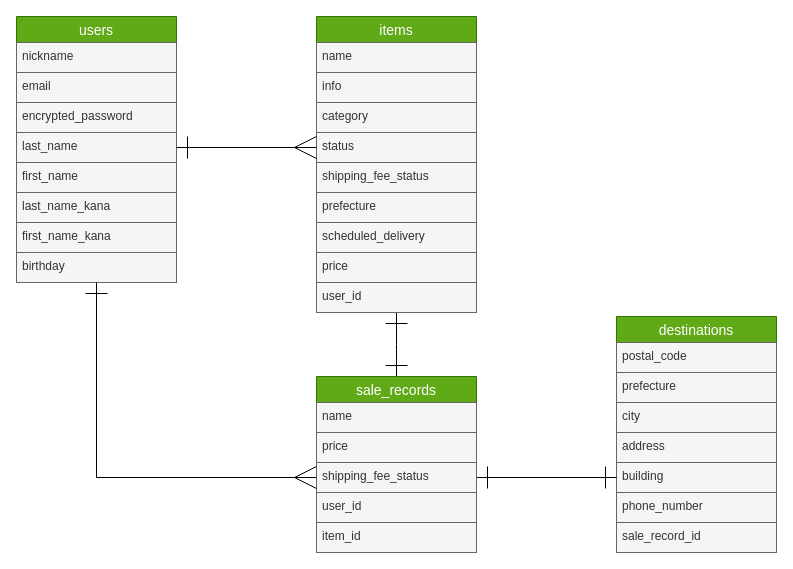
This is database.dio from yuki-0202/furima-37410, a draw.io file, before an edit. Source tidied: cells renumbered, new cells numbered last; positions are measured from the earlier drawing's top-left corner, leaving out a move shared by most shapes. Both pictures are drawn from the tidied source at 100%, with x=0, y=0 at pixel (16, 16).
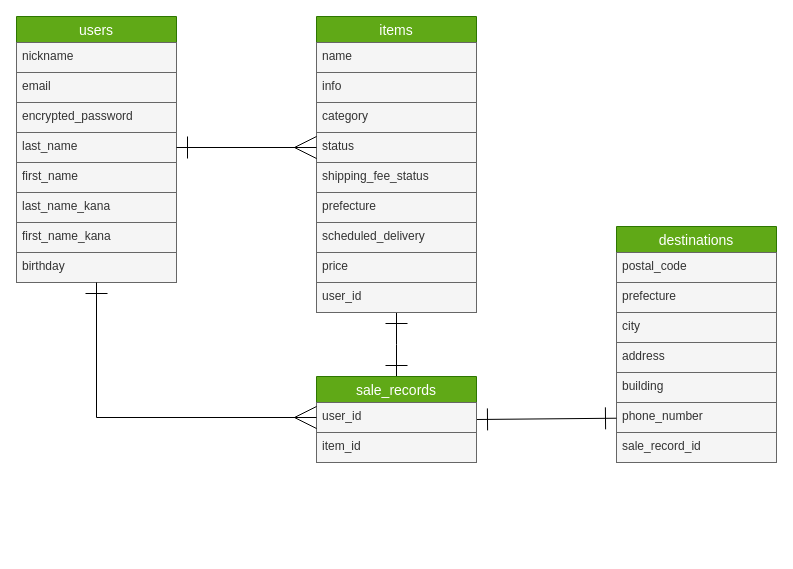
Above is the later version.

Commit message:
ER図の再修正

The change refers to these unchanged cells:
```xml
<mxCell id="10" value="birthday" style="text;strokeColor=#666666;fillColor=#f5f5f5;spacingLeft=4;spacingRight=4;overflow=hidden;points=[[0,0.5],[1,0.5]];portConstraint=eastwest;fontSize=12;fontColor=#333333;" parent="2" vertex="1">
  <mxGeometry y="236" width="160" height="30" as="geometry" />
</mxCell>
<mxCell id="27" value="building" style="text;strokeColor=#666666;fillColor=#f5f5f5;spacingLeft=4;spacingRight=4;overflow=hidden;points=[[0,0.5],[1,0.5]];portConstraint=eastwest;fontSize=12;fontColor=#333333;" parent="22" vertex="1">
  <mxGeometry y="146" width="160" height="30" as="geometry" />
</mxCell>
<mxCell id="28" value="phone_number" style="text;strokeColor=#666666;fillColor=#f5f5f5;spacingLeft=4;spacingRight=4;overflow=hidden;points=[[0,0.5],[1,0.5]];portConstraint=eastwest;fontSize=12;fontColor=#333333;" parent="22" vertex="1">
  <mxGeometry y="176" width="160" height="30" as="geometry" />
</mxCell>
```

Diff of the diagram source:
```diff
@@
     <mxCell id="22" value="destinations" style="swimlane;fontStyle=0;horizontal=1;startSize=26;align=center;fontSize=14;fillColor=#60a917;fontColor=#ffffff;strokeColor=#2D7600;" parent="1" vertex="1">
-      <mxGeometry x="600" y="300" width="160" height="236" as="geometry" />
+      <mxGeometry x="600" y="210" width="160" height="236" as="geometry" />
     </mxCell>
@@
-    <mxCell id="30" style="edgeStyle=none;html=1;endArrow=ERone;endFill=0;startArrow=ERone;startFill=0;endSize=20;startSize=20;exitX=1;exitY=0.5;exitDx=0;exitDy=0;" parent="1" edge="1" source="34" target="27">
+    <mxCell id="30" style="edgeStyle=none;html=1;endArrow=ERone;endFill=0;startArrow=ERone;startFill=0;endSize=20;startSize=20;exitX=1;exitY=0.5;exitDx=0;exitDy=0;" parent="1" edge="1" source="31" target="28">
       <mxGeometry relative="1" as="geometry" />
     </mxCell>
     <mxCell id="31" value="sale_records" style="swimlane;fontStyle=0;horizontal=1;startSize=26;align=center;fontSize=14;fillColor=#60a917;fontColor=#ffffff;strokeColor=#2D7600;" parent="1" vertex="1">
-      <mxGeometry x="300" y="360" width="160" height="176" as="geometry" />
+      <mxGeometry x="300" y="360" width="160" height="86" as="geometry" />
     </mxCell>
-    <mxCell id="32" value="name" style="text;strokeColor=#666666;fillColor=#f5f5f5;spacingLeft=4;spacingRight=4;overflow=hidden;fontSize=12;fontColor=#333333;" parent="31" vertex="1">
-      <mxGeometry y="26" width="160" height="30" as="geometry" />
-    </mxCell>
-    <mxCell id="33" value="price" style="text;strokeColor=#666666;fillColor=#f5f5f5;spacingLeft=4;spacingRight=4;overflow=hidden;fontSize=12;fontColor=#333333;" parent="31" vertex="1">
-      <mxGeometry y="56" width="160" height="30" as="geometry" />
-    </mxCell>
-    <mxCell id="34" value="shipping_fee_status" style="text;strokeColor=#666666;fillColor=#f5f5f5;spacingLeft=4;spacingRight=4;overflow=hidden;points=[[0,0.5],[1,0.5]];portConstraint=eastwest;fontSize=12;fontColor=#333333;" parent="31" vertex="1">
-      <mxGeometry y="86" width="160" height="30" as="geometry" />
-    </mxCell>
     <mxCell id="35" value="user_id" style="text;strokeColor=#666666;fillColor=#f5f5f5;spacingLeft=4;spacingRight=4;overflow=hidden;points=[[0,0.5],[1,0.5]];portConstraint=eastwest;fontSize=12;fontColor=#333333;" parent="31" vertex="1">
-      <mxGeometry y="116" width="160" height="30" as="geometry" />
+      <mxGeometry y="26" width="160" height="30" as="geometry" />
     </mxCell>
     <mxCell id="36" value="item_id" style="text;strokeColor=#666666;fillColor=#f5f5f5;spacingLeft=4;spacingRight=4;overflow=hidden;fontSize=12;fontColor=#333333;" parent="31" vertex="1">
-      <mxGeometry y="146" width="160" height="30" as="geometry" />
+      <mxGeometry y="56" width="160" height="30" as="geometry" />
     </mxCell>
@@
-    <mxCell id="38" style="edgeStyle=elbowEdgeStyle;rounded=0;html=1;startArrow=ERone;startFill=0;endArrow=ERmany;endFill=0;startSize=20;endSize=20;sourcePerimeterSpacing=0;" parent="1" edge="1" source="10" target="34">
+    <mxCell id="38" style="edgeStyle=elbowEdgeStyle;rounded=0;html=1;startArrow=ERone;startFill=0;endArrow=ERmany;endFill=0;startSize=20;endSize=20;sourcePerimeterSpacing=0;entryX=0;entryY=0.5;entryDx=0;entryDy=0;" parent="1" edge="1" source="10" target="35">
       <mxGeometry relative="1" as="geometry">
         <Array as="points">
           <mxPoint x="80" y="310" />
           <mxPoint x="340" y="580" />
         </Array>
       </mxGeometry>
     </mxCell>
```
